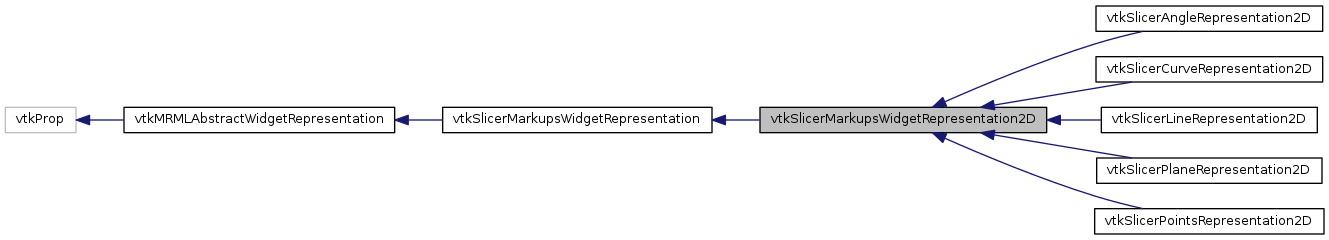
Earlier version of the Graphviz export master/classvtkSlicerMarkupsWidgetRepresentation2D__inherit__graph.png (jamesobutler/apidocs.slicer.org). Its source is kept beside it as master/classvtkSlicerMarkupsWidgetRepresentation2D__inherit__graph.dot. Source of this version:
```dot
digraph "vtkSlicerMarkupsWidgetRepresentation2D"
{
  bgcolor="transparent";
  edge [fontname="Helvetica",fontsize="10",labelfontname="Helvetica",labelfontsize="10"];
  node [fontname="Helvetica",fontsize="10",shape=record];
  rankdir="LR";
  Node0 [label="vtkSlicerMarkupsWidgetRepresentation2D",height=0.2,width=0.4,color="black", fillcolor="grey75", style="filled", fontcolor="black"];
  Node1 -> Node0 [dir="back",color="midnightblue",fontsize="10",style="solid",fontname="Helvetica"];
  Node1 [label="vtkSlicerMarkupsWidgetRepresentation",height=0.2,width=0.4,color="black",URL="$classvtkSlicerMarkupsWidgetRepresentation.html",tooltip="Class for rendering a markups node. "];
  Node2 -> Node1 [dir="back",color="midnightblue",fontsize="10",style="solid",fontname="Helvetica"];
  Node2 [label="vtkMRMLAbstractWidgetRepresentation",height=0.2,width=0.4,color="black",URL="$classvtkMRMLAbstractWidgetRepresentation.html",tooltip="Class for rendering a markups node. "];
  Node3 -> Node2 [dir="back",color="midnightblue",fontsize="10",style="solid",fontname="Helvetica"];
  Node3 [label="vtkProp",height=0.2,width=0.4,color="grey75"];
  Node0 -> Node4 [dir="back",color="midnightblue",fontsize="10",style="solid",fontname="Helvetica"];
  Node4 [label="vtkSlicerAngleRepresentation2D",height=0.2,width=0.4,color="black",URL="$classvtkSlicerAngleRepresentation2D.html",tooltip="Default representation for the line widget. "];
  Node0 -> Node5 [dir="back",color="midnightblue",fontsize="10",style="solid",fontname="Helvetica"];
  Node5 [label="vtkSlicerCurveRepresentation2D",height=0.2,width=0.4,color="black",URL="$classvtkSlicerCurveRepresentation2D.html",tooltip="Default representation for the line widget. "];
  Node0 -> Node6 [dir="back",color="midnightblue",fontsize="10",style="solid",fontname="Helvetica"];
  Node6 [label="vtkSlicerLineRepresentation2D",height=0.2,width=0.4,color="black",URL="$classvtkSlicerLineRepresentation2D.html",tooltip="Default representation for the line widget. "];
  Node0 -> Node7 [dir="back",color="midnightblue",fontsize="10",style="solid",fontname="Helvetica"];
  Node7 [label="vtkSlicerPlaneRepresentation2D",height=0.2,width=0.4,color="black",URL="$classvtkSlicerPlaneRepresentation2D.html",tooltip="Default representation for the plane widget. "];
  Node0 -> Node8 [dir="back",color="midnightblue",fontsize="10",style="solid",fontname="Helvetica"];
  Node8 [label="vtkSlicerPointsRepresentation2D",height=0.2,width=0.4,color="black",URL="$classvtkSlicerPointsRepresentation2D.html",tooltip="Default representation for the points widget. "];
}
```
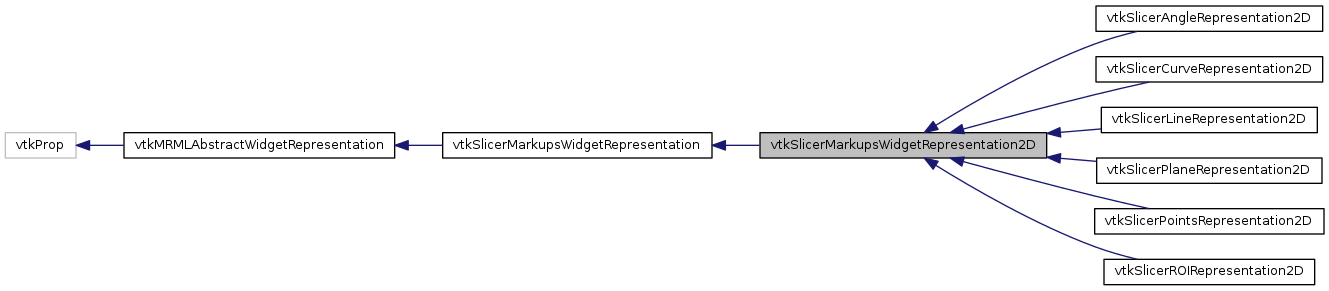
After the commit.

Change to the diagram source:
```diff
@@ -21,4 +21,6 @@
   Node7 [label="vtkSlicerPlaneRepresentation2D",height=0.2,width=0.4,color="black",URL="$classvtkSlicerPlaneRepresentation2D.html",tooltip="Default representation for the plane widget. "];
   Node0 -> Node8 [dir="back",color="midnightblue",fontsize="10",style="solid",fontname="Helvetica"];
   Node8 [label="vtkSlicerPointsRepresentation2D",height=0.2,width=0.4,color="black",URL="$classvtkSlicerPointsRepresentation2D.html",tooltip="Default representation for the points widget. "];
+  Node0 -> Node9 [dir="back",color="midnightblue",fontsize="10",style="solid",fontname="Helvetica"];
+  Node9 [label="vtkSlicerROIRepresentation2D",height=0.2,width=0.4,color="black",URL="$classvtkSlicerROIRepresentation2D.html",tooltip="Default representation for the plane widget. "];
 }
```
